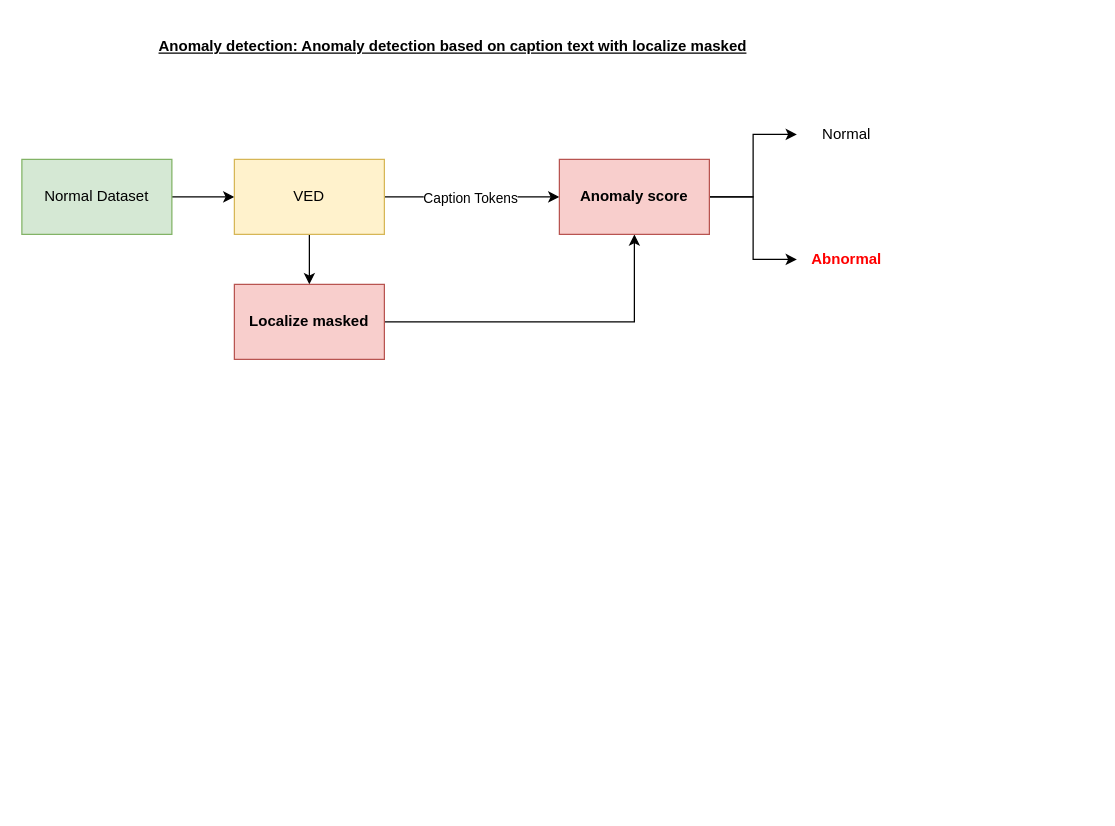
Before: page "Page-9" (8 of 9) of Architecture.drawio in MingNarongthat/Anomaly_Transformers, a draw.io diagram. Source tidied: cells renumbered, new cells numbered last; positions are measured from the earlier drawing's top-left corner, leaving out a move shared by most shapes. Both pictures are drawn from the tidied source at 125%, with x=0, y=0 at pixel (21, 21).
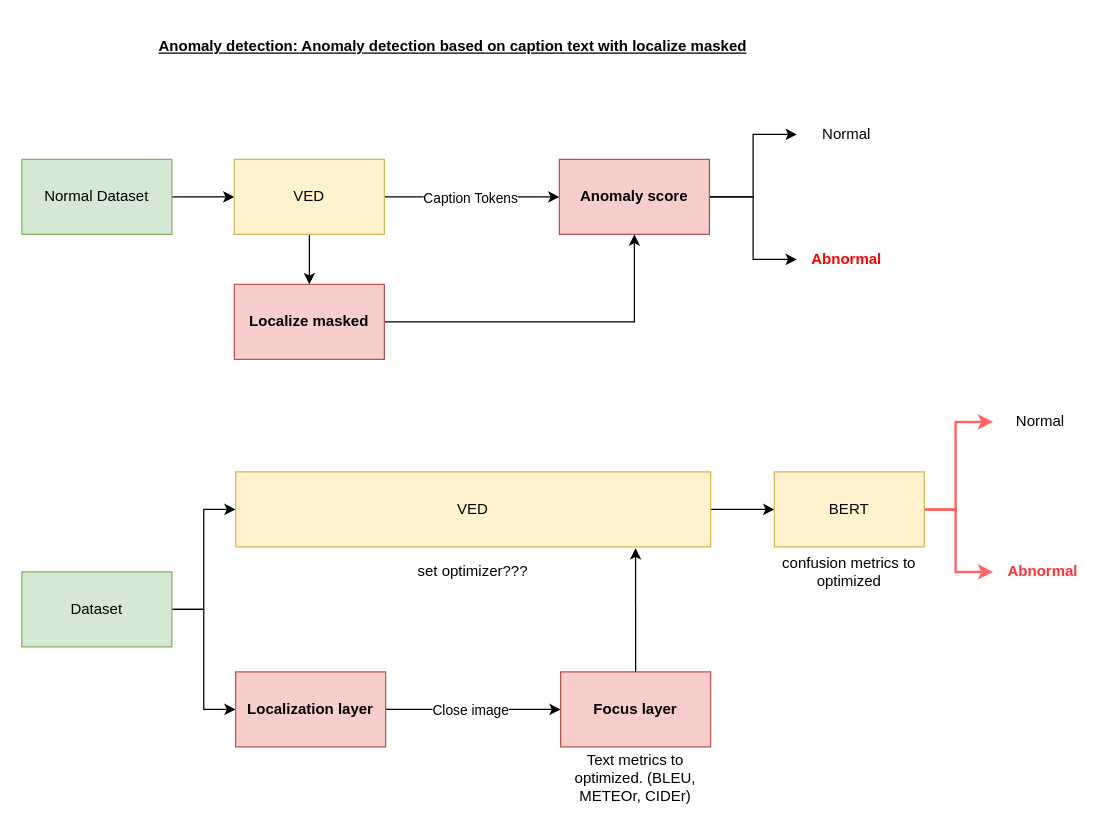
The same page after the edit.

Diff of the diagram source:
```diff
@@
+    <mxCell id="16" style="edgeStyle=orthogonalEdgeStyle;rounded=0;jettySize=auto;html=1;exitX=1;exitY=0.5;exitDx=0;exitDy=0;entryX=0;entryY=0.5;entryDx=0;entryDy=0;" parent="1" edge="1" source="18" target="20">
+      <mxGeometry relative="1" as="geometry" />
+    </mxCell>
+    <mxCell id="17" style="edgeStyle=orthogonalEdgeStyle;rounded=0;jettySize=auto;html=1;exitX=1;exitY=0.5;exitDx=0;exitDy=0;entryX=0;entryY=0.5;entryDx=0;entryDy=0;" parent="1" edge="1" source="18" target="28">
+      <mxGeometry relative="1" as="geometry" />
+    </mxCell>
+    <mxCell id="18" value="Dataset" style="rounded=0;whiteSpace=wrap;html=1;fillColor=#d5e8d4;strokeColor=#82b366;" parent="1" vertex="1">
+      <mxGeometry y="440" width="120" height="60" as="geometry" />
+    </mxCell>
+    <mxCell id="19" style="edgeStyle=orthogonalEdgeStyle;rounded=0;jettySize=auto;html=1;exitX=1;exitY=0.5;exitDx=0;exitDy=0;entryX=0;entryY=0.5;entryDx=0;entryDy=0;" parent="1" edge="1" source="20" target="23">
+      <mxGeometry relative="1" as="geometry" />
+    </mxCell>
+    <mxCell id="20" value="VED" style="rounded=0;whiteSpace=wrap;html=1;fillColor=#fff2cc;strokeColor=#d6b656;" parent="1" vertex="1">
+      <mxGeometry x="171" y="360" width="380" height="60" as="geometry" />
+    </mxCell>
+    <mxCell id="21" style="edgeStyle=orthogonalEdgeStyle;rounded=0;jettySize=auto;html=1;exitX=1;exitY=0.5;exitDx=0;exitDy=0;entryX=0;entryY=0.5;entryDx=0;entryDy=0;strokeColor=#FF6666;strokeWidth=2;" parent="1" edge="1" source="23">
+      <mxGeometry relative="1" as="geometry">
+        <mxPoint x="777" y="320" as="targetPoint" />
+        <Array as="points">
+          <mxPoint x="747" y="390" />
+          <mxPoint x="747" y="320" />
+        </Array>
+      </mxGeometry>
+    </mxCell>
+    <mxCell id="22" style="edgeStyle=orthogonalEdgeStyle;rounded=0;jettySize=auto;html=1;exitX=1;exitY=0.5;exitDx=0;exitDy=0;entryX=0;entryY=0.5;entryDx=0;entryDy=0;strokeColor=#FF6666;strokeWidth=2;" parent="1" edge="1" source="23" target="25">
+      <mxGeometry relative="1" as="geometry">
+        <Array as="points">
+          <mxPoint x="747" y="390" />
+          <mxPoint x="747" y="440" />
+        </Array>
+      </mxGeometry>
+    </mxCell>
+    <mxCell id="23" value="BERT" style="rounded=0;whiteSpace=wrap;html=1;fillColor=#fff2cc;strokeColor=#d6b656;" parent="1" vertex="1">
+      <mxGeometry x="602" y="360" width="120" height="60" as="geometry" />
+    </mxCell>
+    <mxCell id="24" value="Normal" style="rounded=0;whiteSpace=wrap;html=1;fillColor=none;strokeColor=none;" parent="1" vertex="1">
+      <mxGeometry x="775" y="300" width="80" height="40" as="geometry" />
+    </mxCell>
+    <mxCell id="25" value="Abnormal" style="rounded=0;whiteSpace=wrap;html=1;fillColor=none;strokeColor=none;fontStyle=1;fontColor=#FF3333;" parent="1" vertex="1">
+      <mxGeometry x="777" y="420" width="80" height="40" as="geometry" />
+    </mxCell>
+    <mxCell id="26" style="edgeStyle=orthogonalEdgeStyle;rounded=0;jettySize=auto;html=1;exitX=1;exitY=0.5;exitDx=0;exitDy=0;entryX=0;entryY=0.5;entryDx=0;entryDy=0;" parent="1" edge="1" source="28" target="29">
+      <mxGeometry relative="1" as="geometry" />
+    </mxCell>
+    <mxCell id="27" value="Close image" style="edgeLabel;html=1;align=center;verticalAlign=middle;" parent="26" vertex="1">
+      <mxGeometry x="-0.04" relative="1" as="geometry" />
+    </mxCell>
+    <mxCell id="28" value="Localization layer" style="rounded=0;whiteSpace=wrap;html=1;fillColor=#f8cecc;strokeColor=#b85450;fontStyle=1;" parent="1" vertex="1">
+      <mxGeometry x="171" y="520" width="120" height="60" as="geometry" />
+    </mxCell>
+    <mxCell id="29" value="Focus layer" style="rounded=0;whiteSpace=wrap;html=1;fillColor=#f8cecc;strokeColor=#b85450;fontStyle=1;" parent="1" vertex="1">
+      <mxGeometry x="431" y="520" width="120" height="60" as="geometry" />
+    </mxCell>
+    <mxCell id="30" value="Text metrics to optimized. (BLEU, METEOr, CIDEr)" style="text;html=1;strokeColor=none;fillColor=none;align=center;verticalAlign=middle;whiteSpace=wrap;rounded=0;" parent="1" vertex="1">
+      <mxGeometry x="431" y="590" width="120" height="30" as="geometry" />
+    </mxCell>
+    <mxCell id="31" style="edgeStyle=orthogonalEdgeStyle;rounded=0;jettySize=auto;html=1;exitX=0.5;exitY=0;exitDx=0;exitDy=0;entryX=0.842;entryY=1.017;entryDx=0;entryDy=0;entryPerimeter=0;" parent="1" edge="1" source="29" target="20">
+      <mxGeometry relative="1" as="geometry" />
+    </mxCell>
+    <mxCell id="32" value="confusion metrics to optimized" style="text;html=1;strokeColor=none;fillColor=none;align=center;verticalAlign=middle;whiteSpace=wrap;rounded=0;" parent="1" vertex="1">
+      <mxGeometry x="602" y="425" width="120" height="30" as="geometry" />
+    </mxCell>
+    <mxCell id="33" value="set optimizer???" style="text;html=1;strokeColor=none;fillColor=none;align=center;verticalAlign=middle;whiteSpace=wrap;rounded=0;" parent="1" vertex="1">
+      <mxGeometry x="301" y="425" width="120" height="30" as="geometry" />
+    </mxCell>
```
